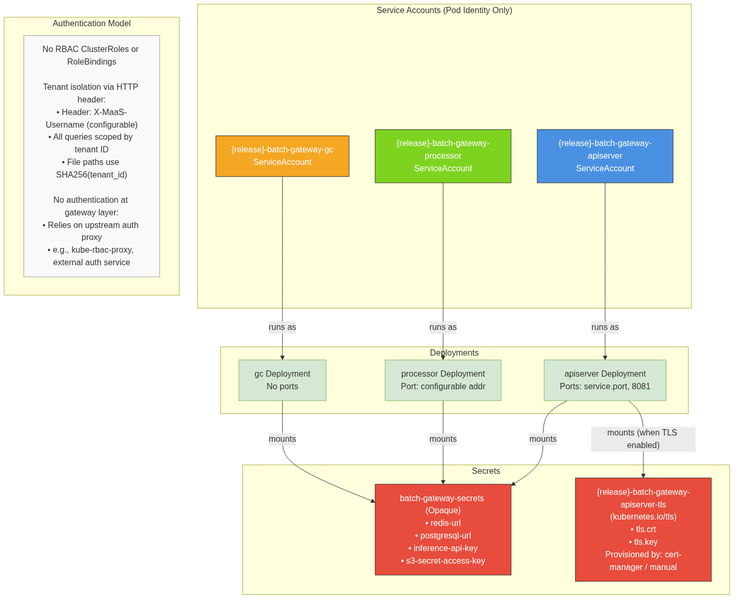
rhuss/architecture-context keeps this Mermaid diagram as architecture/rhoai.next/diagrams/batch-gateway-rbac.png. Above is the earlier version. Its source is kept beside it as architecture/rhoai.next/diagrams/batch-gateway-rbac.mmd.
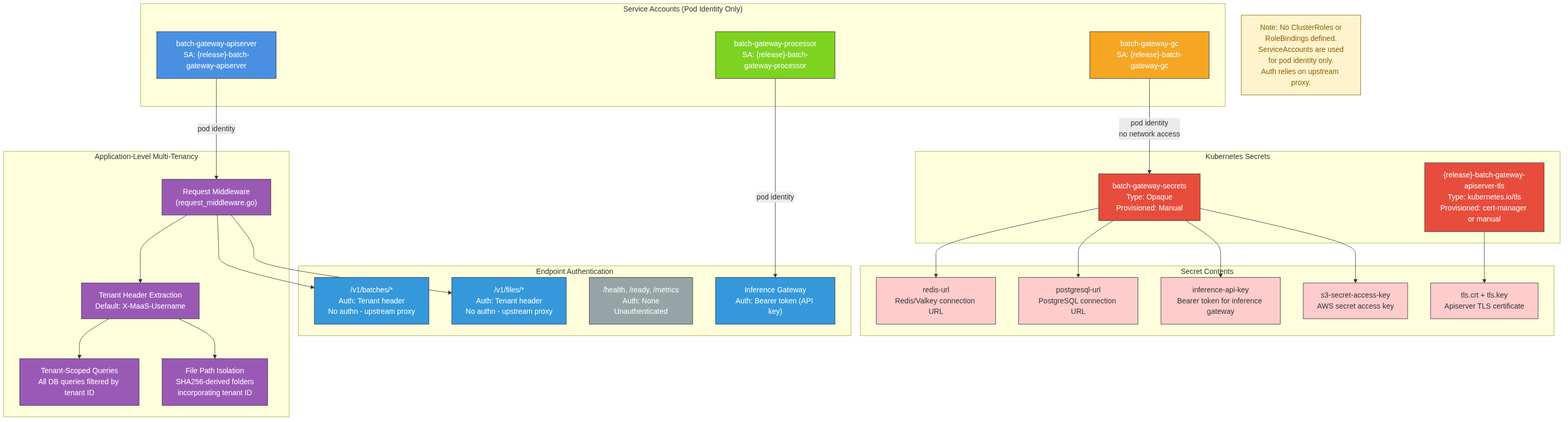
After the change.

What changed in the source:
```diff
@@ -1,40 +1,75 @@
 graph TD
-    subgraph "Service Accounts (Pod Identity Only)"
-        SA_API["{release}-batch-gateway-apiserver<br/>ServiceAccount"]
-        SA_PROC["{release}-batch-gateway-processor<br/>ServiceAccount"]
-        SA_GC["{release}-batch-gateway-gc<br/>ServiceAccount"]
+    subgraph ServiceAccounts["Service Accounts (Pod Identity Only)"]
+        SA_API["batch-gateway-apiserver<br/>SA: {release}-batch-gateway-apiserver"]
+        SA_PROC["batch-gateway-processor<br/>SA: {release}-batch-gateway-processor"]
+        SA_GC["batch-gateway-gc<br/>SA: {release}-batch-gateway-gc"]
     end
 
-    subgraph "Deployments"
-        Deploy_API["apiserver Deployment<br/>Ports: service.port, 8081"]
-        Deploy_PROC["processor Deployment<br/>Port: configurable addr"]
-        Deploy_GC["gc Deployment<br/>No ports"]
+    subgraph TenantAuth["Application-Level Multi-Tenancy"]
+        direction TB
+        Middleware["Request Middleware<br/>(request_middleware.go)"]
+        TenantHeader["Tenant Header Extraction<br/>Default: X-MaaS-Username"]
+        TenantScope["Tenant-Scoped Queries<br/>All DB queries filtered by tenant ID"]
+        FileIsolation["File Path Isolation<br/>SHA256-derived folders<br/>incorporating tenant ID"]
     end
 
-    subgraph "Secrets"
-        Secret_Main["batch-gateway-secrets (Opaque)<br/>• redis-url<br/>• postgresql-url<br/>• inference-api-key<br/>• s3-secret-access-key"]
-        Secret_TLS["{release}-batch-gateway-apiserver-tls<br/>(kubernetes.io/tls)<br/>• tls.crt<br/>• tls.key<br/>Provisioned by: cert-manager / manual"]
+    subgraph Secrets["Kubernetes Secrets"]
+        direction TB
+        BGSecret["batch-gateway-secrets<br/>Type: Opaque<br/>Provisioned: Manual"]
+        TLSSecret["{release}-batch-gateway-apiserver-tls<br/>Type: kubernetes.io/tls<br/>Provisioned: cert-manager or manual"]
     end
 
-    subgraph "Authentication Model"
-        AuthNote["No RBAC ClusterRoles or RoleBindings<br/><br/>Tenant isolation via HTTP header:<br/>• Header: X-MaaS-Username (configurable)<br/>• All queries scoped by tenant ID<br/>• File paths use SHA256(tenant_id)<br/><br/>No authentication at gateway layer:<br/>• Relies on upstream auth proxy<br/>• e.g., kube-rbac-proxy, external auth service"]
+    subgraph SecretKeys["Secret Contents"]
+        RedisURL["redis-url<br/>Redis/Valkey connection URL"]
+        PGURL["postgresql-url<br/>PostgreSQL connection URL"]
+        APIKey["inference-api-key<br/>Bearer token for inference gateway"]
+        S3Key["s3-secret-access-key<br/>AWS secret access key"]
+        TLSCert["tls.crt + tls.key<br/>Apiserver TLS certificate"]
     end
 
-    SA_API -->|"runs as"| Deploy_API
-    SA_PROC -->|"runs as"| Deploy_PROC
-    SA_GC -->|"runs as"| Deploy_GC
+    subgraph Endpoints["Endpoint Authentication"]
+        direction TB
+        BatchEndpoint["/v1/batches/*<br/>Auth: Tenant header<br/>No authn - upstream proxy"]
+        FileEndpoint["/v1/files/*<br/>Auth: Tenant header<br/>No authn - upstream proxy"]
+        ObsEndpoint["/health, /ready, /metrics<br/>Auth: None<br/>Unauthenticated"]
+        InferenceEndpoint["Inference Gateway<br/>Auth: Bearer token (API key)"]
+    end
 
-    Deploy_API -->|"mounts"| Secret_Main
-    Deploy_API -->|"mounts (when TLS enabled)"| Secret_TLS
-    Deploy_PROC -->|"mounts"| Secret_Main
-    Deploy_GC -->|"mounts"| Secret_Main
+    SA_API -->|"pod identity"| Middleware
+    SA_PROC -->|"pod identity"| InferenceEndpoint
+    SA_GC -->|"pod identity<br/>no network access"| BGSecret
+
+    Middleware --> TenantHeader
+    TenantHeader --> TenantScope
+    TenantHeader --> FileIsolation
+
+    BGSecret --> RedisURL
+    BGSecret --> PGURL
+    BGSecret --> APIKey
+    BGSecret --> S3Key
+    TLSSecret --> TLSCert
+
+    Middleware --> BatchEndpoint
+    Middleware --> FileEndpoint
+
+    NoRBAC["Note: No ClusterRoles or<br/>RoleBindings defined.<br/>ServiceAccounts are used<br/>for pod identity only.<br/>Auth relies on upstream proxy."]
 
     style SA_API fill:#4a90e2,stroke:#333,color:#fff
     style SA_PROC fill:#7ed321,stroke:#333,color:#fff
     style SA_GC fill:#f5a623,stroke:#333,color:#fff
-    style Secret_Main fill:#e74c3c,stroke:#333,color:#fff
-    style Secret_TLS fill:#e74c3c,stroke:#333,color:#fff
-    style AuthNote fill:#f9f9f9,stroke:#999
-    style Deploy_API fill:#d5e8d4,stroke:#82b366
-    style Deploy_PROC fill:#d5e8d4,stroke:#82b366
-    style Deploy_GC fill:#d5e8d4,stroke:#82b366
+    style BGSecret fill:#e74c3c,stroke:#333,color:#fff
+    style TLSSecret fill:#e74c3c,stroke:#333,color:#fff
+    style Middleware fill:#9b59b6,stroke:#333,color:#fff
+    style TenantHeader fill:#9b59b6,stroke:#333,color:#fff
+    style TenantScope fill:#9b59b6,stroke:#333,color:#fff
+    style FileIsolation fill:#9b59b6,stroke:#333,color:#fff
+    style BatchEndpoint fill:#3498db,stroke:#333,color:#fff
+    style FileEndpoint fill:#3498db,stroke:#333,color:#fff
+    style ObsEndpoint fill:#95a5a6,stroke:#333,color:#fff
+    style InferenceEndpoint fill:#3498db,stroke:#333,color:#fff
+    style NoRBAC fill:#fff3cd,stroke:#856404,color:#856404
+    style RedisURL fill:#ffcccc,stroke:#333
+    style PGURL fill:#ffcccc,stroke:#333
+    style APIKey fill:#ffcccc,stroke:#333
+    style S3Key fill:#ffcccc,stroke:#333
+    style TLSCert fill:#ffcccc,stroke:#333
```
